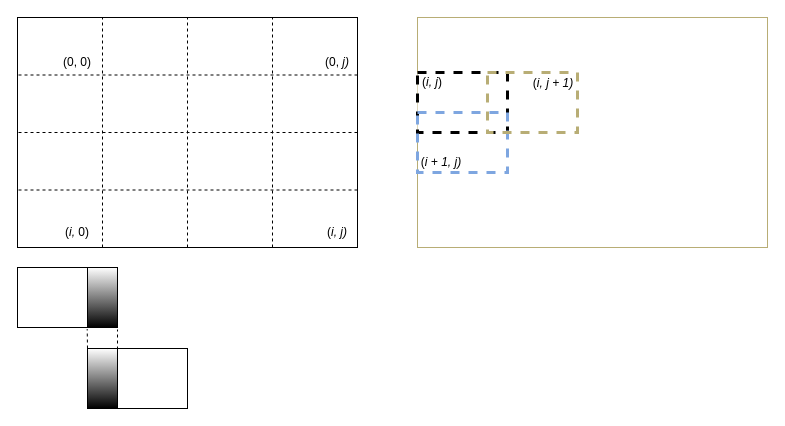
Before: docs/diagrams/grid_traverse.drawio in temporalecologylab/TreeRings, a draw.io diagram. Source tidied: cells renumbered, new cells numbered last; positions are measured from the earlier drawing's top-left corner, leaving out a move shared by most shapes. Both pictures are drawn from the tidied source at 100%, with x=0, y=0 at pixel (17, 17).
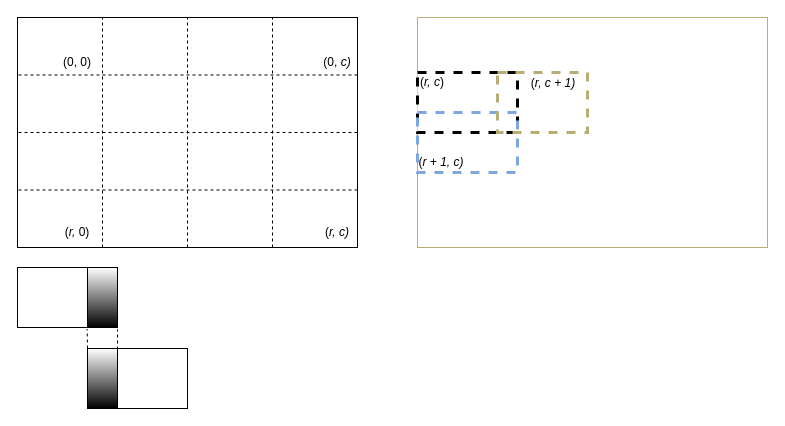
The same diagram, later.

The edit, as a diff of the source:
```diff
@@
-    <mxCell id="10" value="(0, &lt;i&gt;j)&lt;/i&gt;" style="text;html=1;align=center;verticalAlign=middle;whiteSpace=wrap;rounded=0;" parent="1" vertex="1">
+    <mxCell id="10" value="(0, &lt;i&gt;c)&lt;/i&gt;" style="text;html=1;align=center;verticalAlign=middle;whiteSpace=wrap;rounded=0;" parent="1" vertex="1">
       <mxGeometry x="290" y="30" width="60" height="30" as="geometry" />
     </mxCell>
-    <mxCell id="11" value="(&lt;i&gt;i, j)&lt;/i&gt;" style="text;html=1;align=center;verticalAlign=middle;whiteSpace=wrap;rounded=0;" parent="1" vertex="1">
+    <mxCell id="11" value="(&lt;i&gt;r, c)&lt;/i&gt;" style="text;html=1;align=center;verticalAlign=middle;whiteSpace=wrap;rounded=0;" parent="1" vertex="1">
       <mxGeometry x="290" y="200" width="60" height="30" as="geometry" />
     </mxCell>
-    <mxCell id="12" value="(&lt;i&gt;i, &lt;/i&gt;0)" style="text;html=1;align=center;verticalAlign=middle;whiteSpace=wrap;rounded=0;" parent="1" vertex="1">
+    <mxCell id="12" value="(&lt;i&gt;r, &lt;/i&gt;0)" style="text;html=1;align=center;verticalAlign=middle;whiteSpace=wrap;rounded=0;" parent="1" vertex="1">
       <mxGeometry x="30" y="200" width="60" height="30" as="geometry" />
     </mxCell>
@@
     <mxCell id="20" style="rounded=0;whiteSpace=wrap;html=1;dashed=1;strokeWidth=3;" parent="1" vertex="1">
-      <mxGeometry x="400" y="55" width="90" height="60" as="geometry" />
+      <mxGeometry x="400" y="55" width="100" height="60" as="geometry" />
     </mxCell>
     <mxCell id="21" style="rounded=0;whiteSpace=wrap;html=1;dashed=1;strokeWidth=3;fillColor=none;strokeColor=#7EA6E0;" parent="1" vertex="1">
-      <mxGeometry x="400" y="95" width="90" height="60" as="geometry" />
+      <mxGeometry x="400" y="95" width="100" height="60" as="geometry" />
     </mxCell>
     <mxCell id="22" style="rounded=0;whiteSpace=wrap;html=1;dashed=1;strokeWidth=3;fillColor=none;strokeColor=#b8ad75;" parent="1" vertex="1">
-      <mxGeometry x="470" y="55" width="90" height="60" as="geometry" />
+      <mxGeometry x="480" y="55" width="90" height="60" as="geometry" />
     </mxCell>
-    <mxCell id="23" value="(&lt;i&gt;i, j&lt;/i&gt;)" style="text;html=1;align=center;verticalAlign=middle;whiteSpace=wrap;rounded=0;" parent="1" vertex="1">
+    <mxCell id="23" value="(&lt;i&gt;r, c&lt;/i&gt;)" style="text;html=1;align=center;verticalAlign=middle;whiteSpace=wrap;rounded=0;" parent="1" vertex="1">
       <mxGeometry x="385" y="50" width="60" height="30" as="geometry" />
     </mxCell>
-    <mxCell id="24" value="(&lt;i&gt;i, j + 1)&lt;/i&gt;" style="text;html=1;align=center;verticalAlign=middle;whiteSpace=wrap;rounded=0;" parent="1" vertex="1">
+    <mxCell id="24" value="(&lt;i&gt;r, c + 1)&lt;/i&gt;" style="text;html=1;align=center;verticalAlign=middle;whiteSpace=wrap;rounded=0;" parent="1" vertex="1">
       <mxGeometry x="506" y="51" width="60" height="30" as="geometry" />
     </mxCell>
-    <mxCell id="25" value="(&lt;i&gt;i + 1, j)&lt;/i&gt;" style="text;html=1;align=center;verticalAlign=middle;whiteSpace=wrap;rounded=0;" parent="1" vertex="1">
+    <mxCell id="25" value="(&lt;i&gt;r&amp;nbsp;+ 1, c)&lt;/i&gt;" style="text;html=1;align=center;verticalAlign=middle;whiteSpace=wrap;rounded=0;" parent="1" vertex="1">
       <mxGeometry x="394" y="130" width="60" height="30" as="geometry" />
     </mxCell>
```
